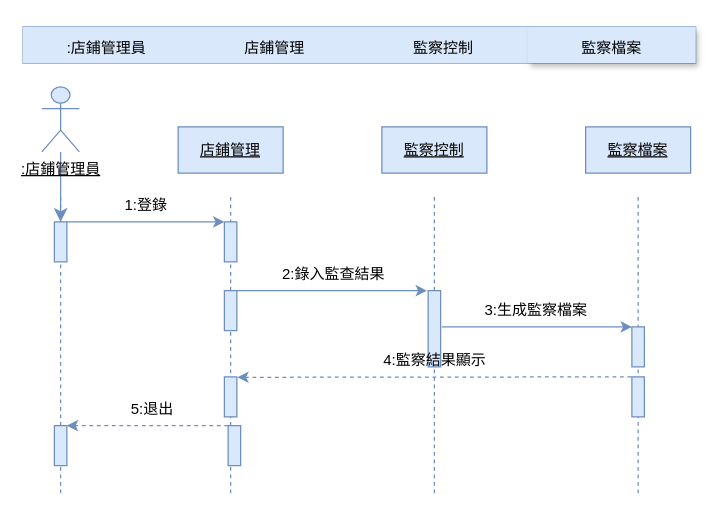
Before: draw檔/5.1.5-1.drawio in 11024117/SE_Final-Paper, a draw.io diagram. Source tidied: cells renumbered, new cells numbered last; positions are measured from the earlier drawing's top-left corner, leaving out a move shared by most shapes. Both pictures are drawn from the tidied source at 125%, with x=0, y=0 at pixel (22, 26).
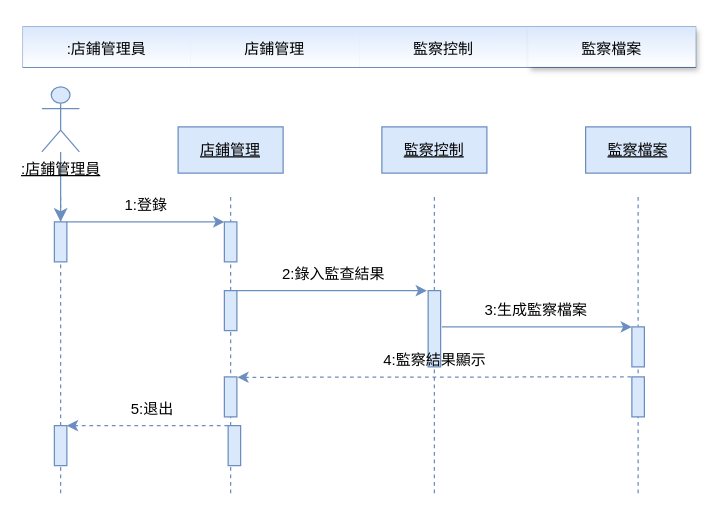
After the change.

The edit, as a diff of the source:
```diff
@@
     <mxCell id="30" style="shape=table;startSize=0;childLayout=tableLayout;fontSize=16;strokeColor=#6c8ebf;fillColor=#dae8fc;swimlaneFillColor=none;gradientDirection=south;rounded=1;" parent="1" vertex="1">
-      <mxGeometry width="538" height="29" as="geometry" />
+      <mxGeometry width="538" height="32.3" as="geometry" />
     </mxCell>
     <mxCell id="31" style="shape=tableRow;horizontal=0;startSize=0;swimlaneHead=0;swimlaneBody=0;strokeColor=#6c8ebf;top=0;left=0;bottom=0;right=0;fillColor=#dae8fc;fontSize=16;" parent="30" vertex="1">
-      <mxGeometry width="538" height="29" as="geometry" />
+      <mxGeometry width="538" height="32" as="geometry" />
     </mxCell>
-    <mxCell id="32" value="&lt;font style=&quot;font-size: 12px;&quot;&gt;:店鋪管理員&lt;/font&gt;" style="shape=partialRectangle;html=1;whiteSpace=wrap;strokeColor=#6c8ebf;overflow=hidden;fillColor=#dae8fc;top=0;left=0;bottom=0;right=0;fontSize=16;" parent="31" vertex="1">
-      <mxGeometry width="134" height="29" as="geometry" />
+    <mxCell id="32" value="&lt;font style=&quot;font-size: 12px;&quot;&gt;:店鋪管理員&lt;/font&gt;" style="shape=partialRectangle;html=1;whiteSpace=wrap;strokeColor=#6c8ebf;overflow=hidden;fillColor=#dae8fc;top=0;left=0;bottom=0;right=0;fontSize=16;gradientColor=#FFFFFF;" parent="31" vertex="1">
+      <mxGeometry width="134" height="32" as="geometry" />
     </mxCell>
-    <mxCell id="33" value="&lt;font style=&quot;font-size: 12px;&quot;&gt;店鋪管理&lt;/font&gt;" style="shape=partialRectangle;html=1;whiteSpace=wrap;strokeColor=#6c8ebf;overflow=hidden;fillColor=#dae8fc;top=0;left=0;bottom=0;right=0;fontSize=16;" parent="31" vertex="1">
-      <mxGeometry x="134" width="135" height="29" as="geometry" />
+    <mxCell id="33" value="&lt;font style=&quot;font-size: 12px;&quot;&gt;店鋪管理&lt;/font&gt;" style="shape=partialRectangle;html=1;whiteSpace=wrap;strokeColor=#6c8ebf;overflow=hidden;fillColor=#dae8fc;top=0;left=0;bottom=0;right=0;fontSize=16;gradientColor=#FFFFFF;" parent="31" vertex="1">
+      <mxGeometry x="134" width="135" height="32" as="geometry" />
     </mxCell>
-    <mxCell id="34" value="&lt;span style=&quot;font-size: 12px;&quot;&gt;監察控制&lt;/span&gt;" style="shape=partialRectangle;html=1;whiteSpace=wrap;strokeColor=#6c8ebf;overflow=hidden;fillColor=#dae8fc;top=0;left=0;bottom=0;right=0;fontSize=16;" parent="31" vertex="1">
-      <mxGeometry x="269" width="135" height="29" as="geometry" />
+    <mxCell id="34" value="&lt;span style=&quot;font-size: 12px;&quot;&gt;監察控制&lt;/span&gt;" style="shape=partialRectangle;html=1;whiteSpace=wrap;strokeColor=#6c8ebf;overflow=hidden;fillColor=#dae8fc;top=0;left=0;bottom=0;right=0;fontSize=16;gradientColor=#FFFFFF;" parent="31" vertex="1">
+      <mxGeometry x="269" width="135" height="32" as="geometry" />
     </mxCell>
-    <mxCell id="35" value="&lt;font style=&quot;font-size: 12px;&quot;&gt;監察檔案&lt;/font&gt;" style="shape=partialRectangle;html=1;whiteSpace=wrap;strokeColor=#6c8ebf;overflow=hidden;fillColor=#dae8fc;top=0;left=0;bottom=0;right=0;fontSize=16;shadow=1;" parent="31" vertex="1">
-      <mxGeometry x="404" width="134" height="29" as="geometry" />
+    <mxCell id="35" value="&lt;font style=&quot;font-size: 12px;&quot;&gt;監察檔案&lt;/font&gt;" style="shape=partialRectangle;html=1;whiteSpace=wrap;strokeColor=#6c8ebf;overflow=hidden;fillColor=#dae8fc;top=0;left=0;bottom=0;right=0;fontSize=16;shadow=1;gradientColor=#FFFFFF;" parent="31" vertex="1">
+      <mxGeometry x="404" width="134" height="32" as="geometry" />
     </mxCell>
```
